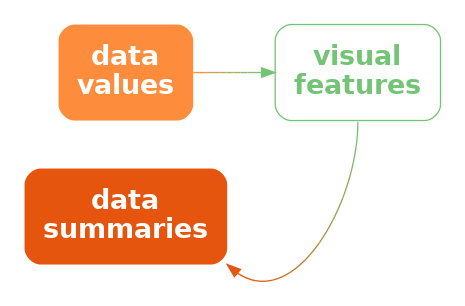
This is Diagrams/data-vis-stat.png from pmur002/hdvw, a Graphviz export, as it was before one commit. Its source is kept beside it as Diagrams/data-vis-stat.dot.
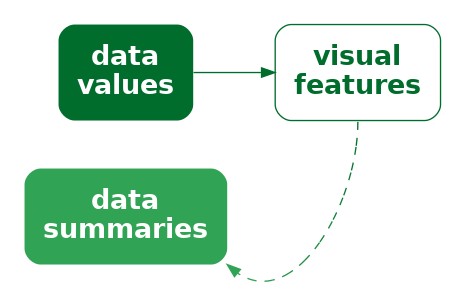
The same file after the commit.

The edit, as a diff of the source:
```diff
@@ -1,12 +1,12 @@
 digraph {
   graph [ rankdir=LR; margin=.2; nodesep=.5 ];
   node [ fontsize=20; fontname="sans bold"; margin=.2 ];
-  data [ label="data\nvalues"; shape=box; style="filled, rounded"; penwidth=0; fontcolor=white; fillcolor="#FD8D3C" ]
-  stat [ label="data\nsummaries"; shape=box; style="filled, rounded"; penwidth=0; fontcolor=white; fillcolor="#E6550D" ]
+  data [ label="data\nvalues"; shape=box; style="filled, rounded"; penwidth=0; fontcolor=white; fillcolor="#006D2C" ]
+  stat [ label="data\nsummaries"; shape=box; style="filled, rounded"; penwidth=0; fontcolor=white; fillcolor="#31A354" ]
   vis [ label="visual\nfeatures"; shape=box;
-     style="rounded"; color="#74C476"; fontcolor="#74C476" ]
-  data -> vis [ style="bold"; penwidth=1; color="#FD8D3C;0.1:#EE9342;0.1:#DF9949;0.1:#CF9F4F;0.1:#C0A556;0.1:#B1AC5C;0.1:#A2B263;0.1:#92B869;0.1:#83BE70;0.1:#74C476;0.1" ]
-  vis:sw -> data:se [ style="solid", color="#74C476;0.1:#83BE70;0.1:#92B869;0.1:#A2B263;0.1:#B1AC5C;0.1:#C0A556;0.1:#CF9F4F;0.1:#DF9949;0.1:#EE9342;0.1:#FD8D3C;0.1" ] [ style="invis" ]
-  vis:s -> stat:se [ style="solid", color="#74C476;0.1:#81B86A;0.1:#8DAB5F;0.1:#9A9F53;0.1:#A79347;0.1:#B3863C;0.1:#C07A30;0.1:#CD6E24;0.1:#D96119;0.1:#E6550D;0.1" ]
+     style="rounded"; color="#006D2C"; fontcolor="#006D2C" ]
+  data -> vis [ style="bold"; penwidth=1; color="#006D2C" ]
+  vis:sw -> data:se [ style="dashed", color="#006D2C" ] [ style="invis" ]
+  vis:s -> stat:se [ style="dashed", color="#006D2C;0.1:#057330;0.1:#0B7935;0.1:#107F39;0.1:#16853E;0.1:#1B8B42;0.1:#219147;0.1:#26974B;0.1:#2C9D50;0.1:#31A354;0.1" ]
 { rank=same; data, stat }
 }
```
